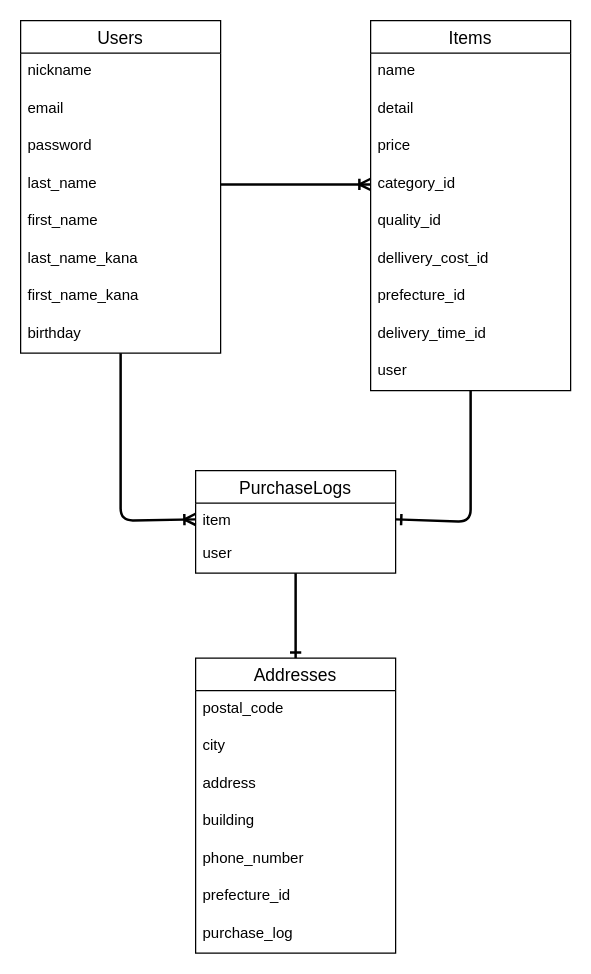
Earlier version of the draw.io diagram ER.dio (Nuigu/furima-39534). Source tidied: cells renumbered, new cells numbered last; positions are measured from the earlier drawing's top-left corner, leaving out a move shared by most shapes. Both pictures are drawn from the tidied source at 125%, with x=0, y=0 at pixel (20, 20).
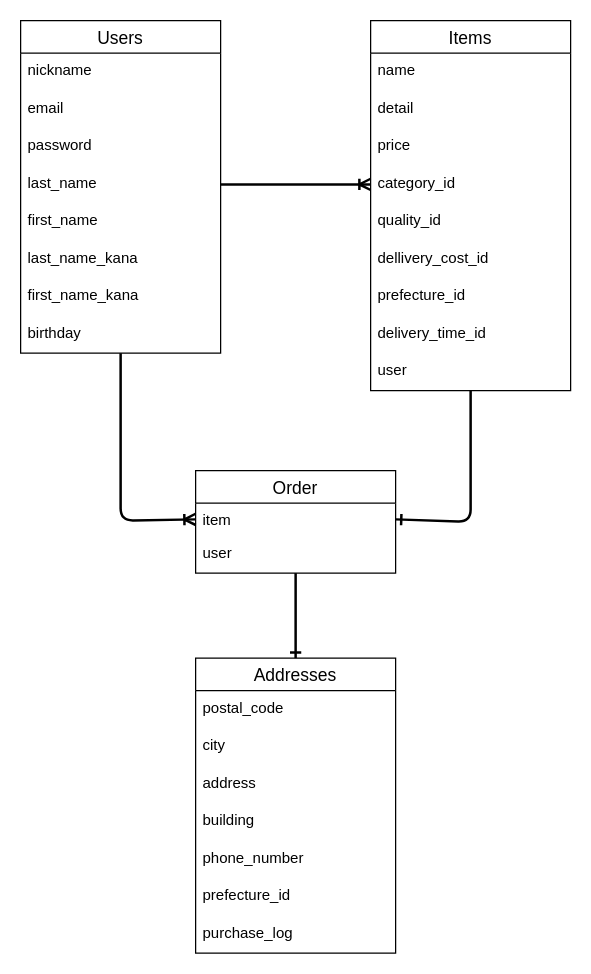
Above is the later version.

Commit message (it also covers changes not shown here):
テーブル名を適切な表記に修正

What changed in the source:
```diff
@@
-    <mxCell id="30" value="PurchaseLogs" style="swimlane;fontStyle=0;horizontal=1;startSize=26;align=center;fontSize=14;" parent="1" vertex="1">
+    <mxCell id="30" value="Order" style="swimlane;fontStyle=0;horizontal=1;startSize=26;align=center;fontSize=14;" parent="1" vertex="1">
       <mxGeometry x="140" y="360" width="160" height="82" as="geometry" />
     </mxCell>
```
